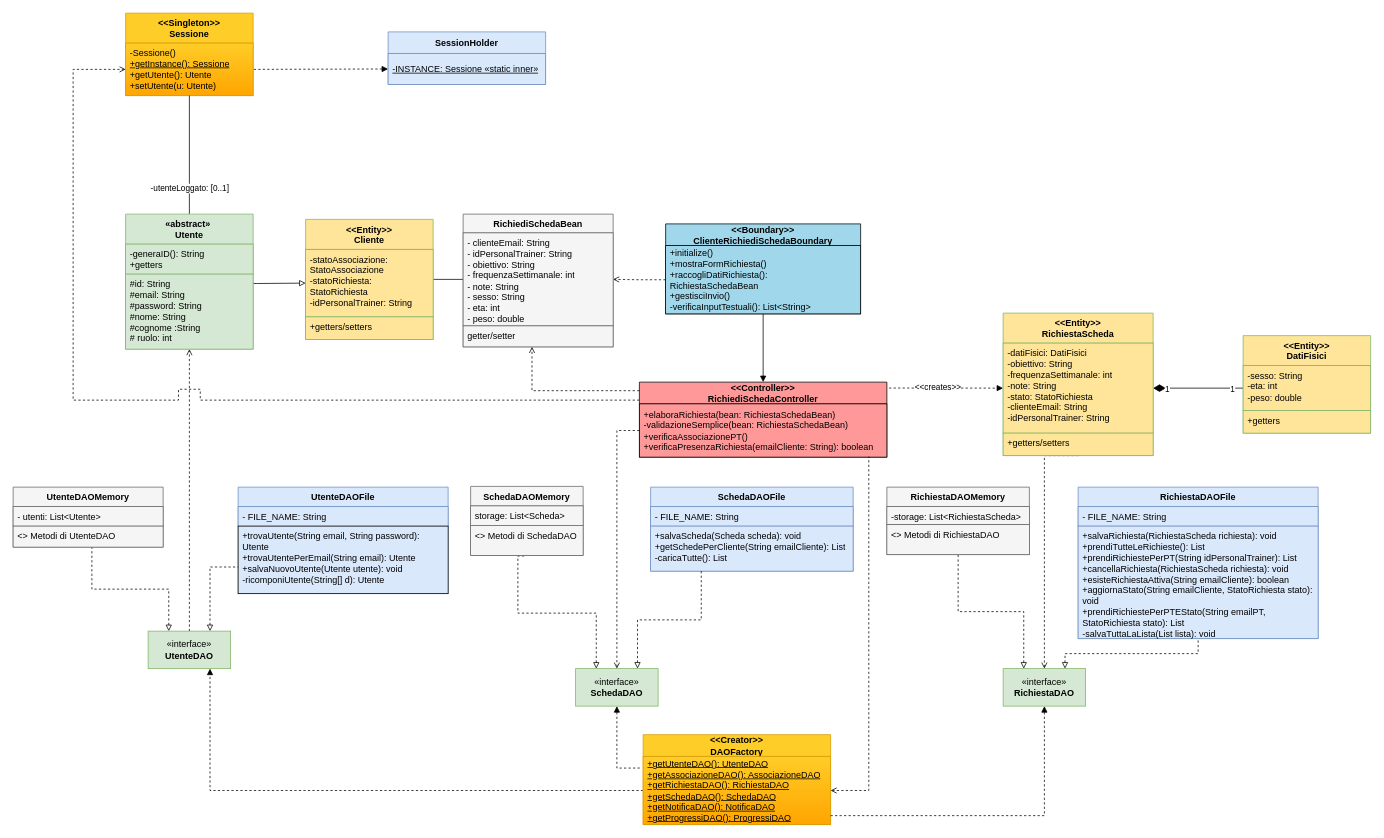
FedericoSib/FitPlan keeps this draw.io diagram as Design Level/DesignLevelDiagram.drawio. Above is the earlier version. Source tidied: cells renumbered, new cells numbered last; positions are measured from the earlier drawing's top-left corner, leaving out a move shared by most shapes. Both pictures are drawn from the tidied source at 75%, with x=0, y=0 at pixel (13, 13).
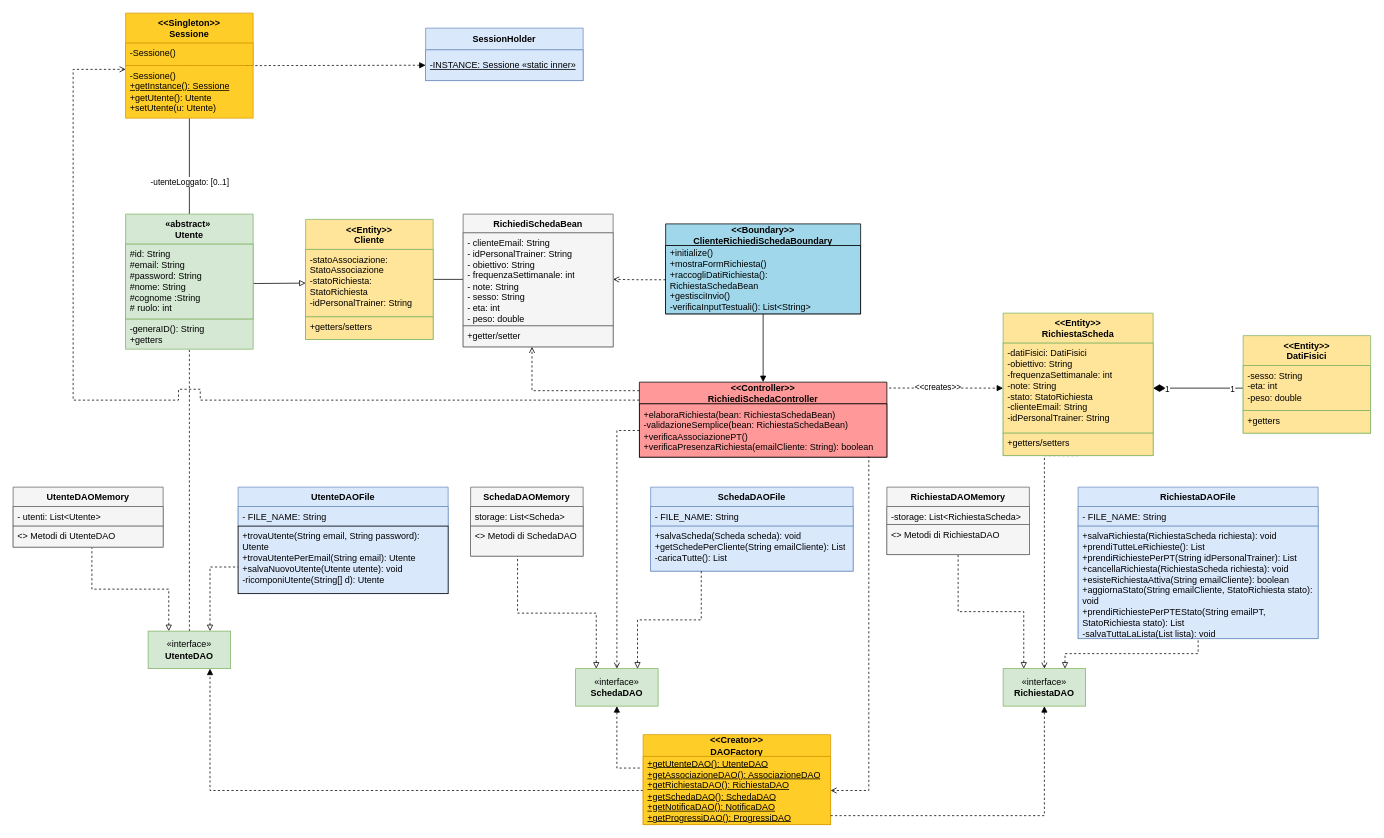
The same page after the edit.

Unchanged cells that the change refers to:
```xml
<mxCell id="3" value="&amp;lt;&amp;lt;Creator&amp;gt;&amp;gt;&lt;div&gt;DAOFactory&lt;/div&gt;" style="swimlane;fontStyle=1;align=center;verticalAlign=middle;horizontal=1;startSize=29;html=1;whiteSpace=wrap;fillColor=#ffcd28;strokeColor=#d79b00;gradientColor=none;" parent="1" vertex="1">
  <mxGeometry x="840" y="962" width="250" height="120" as="geometry" />
</mxCell>
<mxCell id="25" value="&lt;div&gt;«interface»&lt;b&gt;&lt;br&gt;&lt;/b&gt;&lt;/div&gt;&lt;div&gt;&lt;b&gt;SchedaDAO&lt;/b&gt;&lt;/div&gt;" style="html=1;whiteSpace=wrap;fillColor=#d5e8d4;gradientColor=none;strokeColor=#82b366;" parent="1" vertex="1">
  <mxGeometry x="750" y="874" width="110" height="50" as="geometry" />
</mxCell>
<mxCell id="31" value="&amp;lt;&amp;gt; Metodi di SchedaDAO" style="text;strokeColor=#666666;fillColor=#f5f5f5;align=left;verticalAlign=top;spacingLeft=4;spacingRight=4;overflow=hidden;points=[[0,0.5],[1,0.5]];portConstraint=eastwest;whiteSpace=wrap;html=1;gradientColor=none;" parent="29" vertex="1">
  <mxGeometry y="52" width="150" height="40" as="geometry" />
</mxCell>
<mxCell id="43" value="&lt;div align=&quot;left&quot;&gt;&lt;u&gt;-INSTANCE: Sessione  «static inner»&lt;/u&gt;&lt;/div&gt;" style="text;html=1;strokeColor=#6c8ebf;fillColor=#dae8fc;align=left;verticalAlign=middle;spacingLeft=4;spacingRight=4;overflow=hidden;points=[[0,0.5],[1,0.5]];portConstraint=eastwest;whiteSpace=wrap;gradientColor=none;" parent="42" vertex="1">
  <mxGeometry y="29" width="210" height="41" as="geometry" />
</mxCell>
<mxCell id="55" value="RichiediSchedaBean" style="swimlane;fontStyle=1;align=center;verticalAlign=top;horizontal=1;startSize=25;whiteSpace=wrap;html=1;swimlaneFillColor=default;fillColor=#f5f5f5;strokeColor=#666666;gradientColor=none;" parent="1" vertex="1">
  <mxGeometry x="600" y="268" width="200" height="177" as="geometry" />
</mxCell>
```

Diff of the diagram source:
```diff
@@
-    <mxCell id="4" value="&lt;div align=&quot;left&quot;&gt;&lt;u&gt;+getUtenteDAO(): UtenteDAO&lt;br&gt;    +getAssociazioneDAO(): AssociazioneDAO&lt;br&gt;    +getRichiestaDAO(): RichiestaDAO&lt;br&gt;    +getSchedaDAO(): SchedaDAO&lt;/u&gt;&lt;/div&gt;&lt;div align=&quot;left&quot;&gt;&lt;u&gt;+getNotificaDAO(): NotificaDAO&lt;/u&gt;&lt;/div&gt;&lt;div align=&quot;left&quot;&gt;&lt;u&gt;+getProgressiDAO(): ProgressiDAO&lt;/u&gt;&lt;/div&gt;" style="text;html=1;strokeColor=#d79b00;fillColor=#ffcd28;align=left;verticalAlign=middle;spacingLeft=4;spacingRight=4;overflow=hidden;points=[[0,0.5],[1,0.5]];portConstraint=eastwest;whiteSpace=wrap;gradientColor=#ffa500;" parent="3" vertex="1">
+    <mxCell id="4" value="&lt;div align=&quot;left&quot;&gt;&lt;u&gt;+getUtenteDAO(): UtenteDAO&lt;br&gt;    +getAssociazioneDAO(): AssociazioneDAO&lt;br&gt;    +getRichiestaDAO(): RichiestaDAO&lt;br&gt;    +getSchedaDAO(): SchedaDAO&lt;/u&gt;&lt;/div&gt;&lt;div align=&quot;left&quot;&gt;&lt;u&gt;+getNotificaDAO(): NotificaDAO&lt;/u&gt;&lt;/div&gt;&lt;div align=&quot;left&quot;&gt;&lt;u&gt;+getProgressiDAO(): ProgressiDAO&lt;/u&gt;&lt;/div&gt;" style="text;html=1;strokeColor=#d79b00;fillColor=#ffcd28;align=left;verticalAlign=middle;spacingLeft=4;spacingRight=4;overflow=hidden;points=[[0,0.5],[1,0.5]];portConstraint=eastwest;whiteSpace=wrap;gradientColor=none;" parent="3" vertex="1">
       <mxGeometry y="29" width="250" height="91" as="geometry" />
     </mxCell>
@@
-    <mxCell id="24" style="rounded=0;jettySize=auto;html=1;exitX=0.25;exitY=0;exitDx=0;exitDy=0;entryX=0.49;entryY=1.02;entryDx=0;entryDy=0;dashed=1;startArrow=block;startFill=0;endArrow=none;endFill=0;edgeStyle=orthogonalEdgeStyle;entryPerimeter=0;" parent="1" edge="1" source="25" target="31">
+    <mxCell id="24" style="rounded=0;jettySize=auto;html=1;exitX=0.25;exitY=0;exitDx=0;exitDy=0;dashed=1;startArrow=block;startFill=0;endArrow=none;endFill=0;edgeStyle=orthogonalEdgeStyle;entryX=0.417;entryY=0.988;entryDx=0;entryDy=0;entryPerimeter=0;" parent="1" edge="1" source="25" target="31">
       <mxGeometry relative="1" as="geometry">
         <Array as="points">
-          <mxPoint x="777" y="800" />
-          <mxPoint x="673" y="800" />
+          <mxPoint x="777.5" y="800" />
+          <mxPoint x="672.6" y="800" />
         </Array>
       </mxGeometry>
     </mxCell>
@@
     <mxCell id="29" value="SchedaDAOMemory" style="swimlane;fontStyle=1;align=center;verticalAlign=top;horizontal=1;startSize=26;whiteSpace=wrap;html=1;fillColor=#f5f5f5;gradientColor=none;strokeColor=#666666;" parent="1" vertex="1">
-      <mxGeometry x="610" y="631" width="150" height="92" as="geometry" />
+      <mxGeometry x="610" y="632" width="150" height="92" as="geometry" />
     </mxCell>
@@
     <mxCell id="33" value="&lt;div&gt;&amp;lt;&amp;lt;Singleton&amp;gt;&amp;gt;&lt;/div&gt;&lt;div&gt;Sessione&lt;/div&gt;" style="swimlane;fontStyle=1;align=center;verticalAlign=top;horizontal=1;startSize=40;whiteSpace=wrap;html=1;fillColor=#ffcd28;gradientColor=none;strokeColor=#d79b00;" parent="1" vertex="1">
-      <mxGeometry x="150" width="170" height="110" as="geometry" />
+      <mxGeometry x="150" width="170" height="70" as="geometry" />
     </mxCell>
-    <mxCell id="34" value="-Sessione()&lt;br&gt;&lt;u&gt;    +getInstance(): Sessione&lt;/u&gt;&lt;br&gt;    +getUtente(): Utente&lt;br&gt;    +setUtente(u: Utente)" style="text;strokeColor=#d79b00;fillColor=#ffcd28;align=left;verticalAlign=top;spacingLeft=4;spacingRight=4;overflow=hidden;points=[[0,0.5],[1,0.5]];portConstraint=eastwest;whiteSpace=wrap;html=1;gradientColor=#ffa500;" parent="33" vertex="1">
-      <mxGeometry y="40" width="170" height="70" as="geometry" />
+    <mxCell id="34" value="-Sessione()&lt;div&gt;&lt;br/&gt;&lt;/div&gt;" style="text;strokeColor=#d79b00;fillColor=#ffcd28;align=left;verticalAlign=top;spacingLeft=4;spacingRight=4;overflow=hidden;points=[[0,0.5],[1,0.5]];portConstraint=eastwest;whiteSpace=wrap;html=1;gradientColor=none;" parent="33" vertex="1">
+      <mxGeometry y="40" width="170" height="30" as="geometry" />
     </mxCell>
@@
     <mxCell id="38" value="&lt;div&gt;«abstract»&amp;nbsp;&lt;/div&gt;&lt;div&gt;Utente&lt;/div&gt;" style="swimlane;fontStyle=1;align=center;verticalAlign=top;horizontal=1;startSize=40;whiteSpace=wrap;html=1;fillColor=#d5e8d4;gradientColor=none;strokeColor=#82b366;" parent="1" vertex="1">
-      <mxGeometry x="150" y="268" width="170" height="180" as="geometry" />
+      <mxGeometry x="150" y="268" width="170" height="140" as="geometry" />
     </mxCell>
-    <mxCell id="39" value="&lt;div&gt;-generaID(): String&lt;/div&gt;&lt;div&gt;+getters&lt;/div&gt;" style="text;strokeColor=#82b366;fillColor=#d5e8d4;align=left;verticalAlign=top;spacingLeft=4;spacingRight=4;overflow=hidden;whiteSpace=wrap;html=1;gradientColor=none;" parent="38" vertex="1">
-      <mxGeometry y="40" width="170" height="40" as="geometry" />
-    </mxCell>
     <mxCell id="40" value="&lt;div&gt;#id:&amp;nbsp;String&lt;/div&gt;&lt;div&gt;#email:&amp;nbsp;String&lt;/div&gt;#password: String &lt;br&gt;#nome: String&lt;br&gt;#cognome :String&lt;br&gt;# ruolo: int" style="text;strokeColor=#82b366;fillColor=#d5e8d4;align=left;verticalAlign=top;spacingLeft=4;spacingRight=4;overflow=hidden;whiteSpace=wrap;html=1;gradientColor=none;" parent="38" vertex="1">
-      <mxGeometry y="80" width="170" height="100" as="geometry" />
+      <mxGeometry y="40" width="170" height="100" as="geometry" />
     </mxCell>
-    <mxCell id="41" style="edgeStyle=orthogonalEdgeStyle;rounded=0;jettySize=auto;html=1;entryX=1;entryY=0.5;entryDx=0;entryDy=0;startArrow=block;startFill=1;endArrow=none;endFill=0;dashed=1;exitX=0;exitY=0.5;exitDx=0;exitDy=0;" parent="1" edge="1" source="43" target="34">
+    <mxCell id="41" style="edgeStyle=orthogonalEdgeStyle;rounded=0;jettySize=auto;html=1;entryX=1;entryY=0.5;entryDx=0;entryDy=0;startArrow=block;startFill=1;endArrow=none;endFill=0;dashed=1;exitX=0;exitY=0.5;exitDx=0;exitDy=0;" parent="1" edge="1" source="43">
       <mxGeometry relative="1" as="geometry">
+        <mxPoint x="310" y="70" as="targetPoint" />
         <Array as="points">
-          <mxPoint x="490" y="75" />
+          <mxPoint x="530" y="70" />
         </Array>
       </mxGeometry>
     </mxCell>
     <mxCell id="42" value="SessionHolder" style="swimlane;fontStyle=1;align=center;verticalAlign=middle;horizontal=1;startSize=29;html=1;whiteSpace=wrap;fillColor=#dae8fc;gradientColor=none;strokeColor=#6c8ebf;" parent="1" vertex="1">
-      <mxGeometry x="500" y="25" width="210" height="70" as="geometry" />
+      <mxGeometry x="550" y="20" width="210" height="70" as="geometry" />
     </mxCell>
@@
-    <mxCell id="46" style="edgeStyle=orthogonalEdgeStyle;rounded=0;jettySize=auto;html=1;exitX=0;exitY=0.25;exitDx=0;exitDy=0;entryX=0;entryY=0.5;entryDx=0;entryDy=0;jumpStyle=sharp;jumpSize=29;dashed=1;endArrow=open;endFill=0;" parent="1" edge="1" target="34">
+    <mxCell id="46" style="edgeStyle=orthogonalEdgeStyle;rounded=0;jettySize=auto;html=1;exitX=0;exitY=0.25;exitDx=0;exitDy=0;jumpStyle=sharp;jumpSize=29;dashed=1;endArrow=open;endFill=0;entryX=0;entryY=0.071;entryDx=0;entryDy=0;entryPerimeter=0;" parent="1" edge="1" target="75">
       <mxGeometry relative="1" as="geometry">
         <mxPoint x="835" y="516" as="sourcePoint" />
         <Array as="points">
           <mxPoint x="80" y="516" />
           <mxPoint x="80" y="75" />
         </Array>
       </mxGeometry>
     </mxCell>
@@
-    <mxCell id="57" value="getter/setter" style="text;strokeColor=#666666;fillColor=#f5f5f5;align=left;verticalAlign=top;spacingLeft=4;spacingRight=4;overflow=hidden;points=[[0,0.5],[1,0.5]];portConstraint=eastwest;whiteSpace=wrap;html=1;gradientColor=none;" parent="55" vertex="1">
+    <mxCell id="57" value="+getter/setter" style="text;strokeColor=#666666;fillColor=#f5f5f5;align=left;verticalAlign=top;spacingLeft=4;spacingRight=4;overflow=hidden;points=[[0,0.5],[1,0.5]];portConstraint=eastwest;whiteSpace=wrap;html=1;gradientColor=none;" parent="55" vertex="1">
       <mxGeometry y="149" width="200" height="28" as="geometry" />
     </mxCell>
@@
+    <mxCell id="39" value="&lt;div&gt;-generaID(): String&lt;/div&gt;&lt;div&gt;+getters&lt;/div&gt;" style="text;strokeColor=#82b366;fillColor=#d5e8d4;align=left;verticalAlign=top;spacingLeft=4;spacingRight=4;overflow=hidden;whiteSpace=wrap;html=1;gradientColor=none;" parent="1" vertex="1">
+      <mxGeometry x="150" y="408" width="170" height="40" as="geometry" />
+    </mxCell>
+    <mxCell id="75" value="-Sessione()&lt;br&gt;&lt;u&gt;    +getInstance(): Sessione&lt;/u&gt;&lt;br&gt;    +getUtente(): Utente&lt;br&gt;    +setUtente(u: Utente)" style="text;strokeColor=#d79b00;fillColor=#ffcd28;align=left;verticalAlign=top;spacingLeft=4;spacingRight=4;overflow=hidden;points=[[0,0.5],[1,0.5]];portConstraint=eastwest;whiteSpace=wrap;html=1;gradientColor=none;" parent="1" vertex="1">
+      <mxGeometry x="150" y="70" width="170" height="70" as="geometry" />
+    </mxCell>
```
